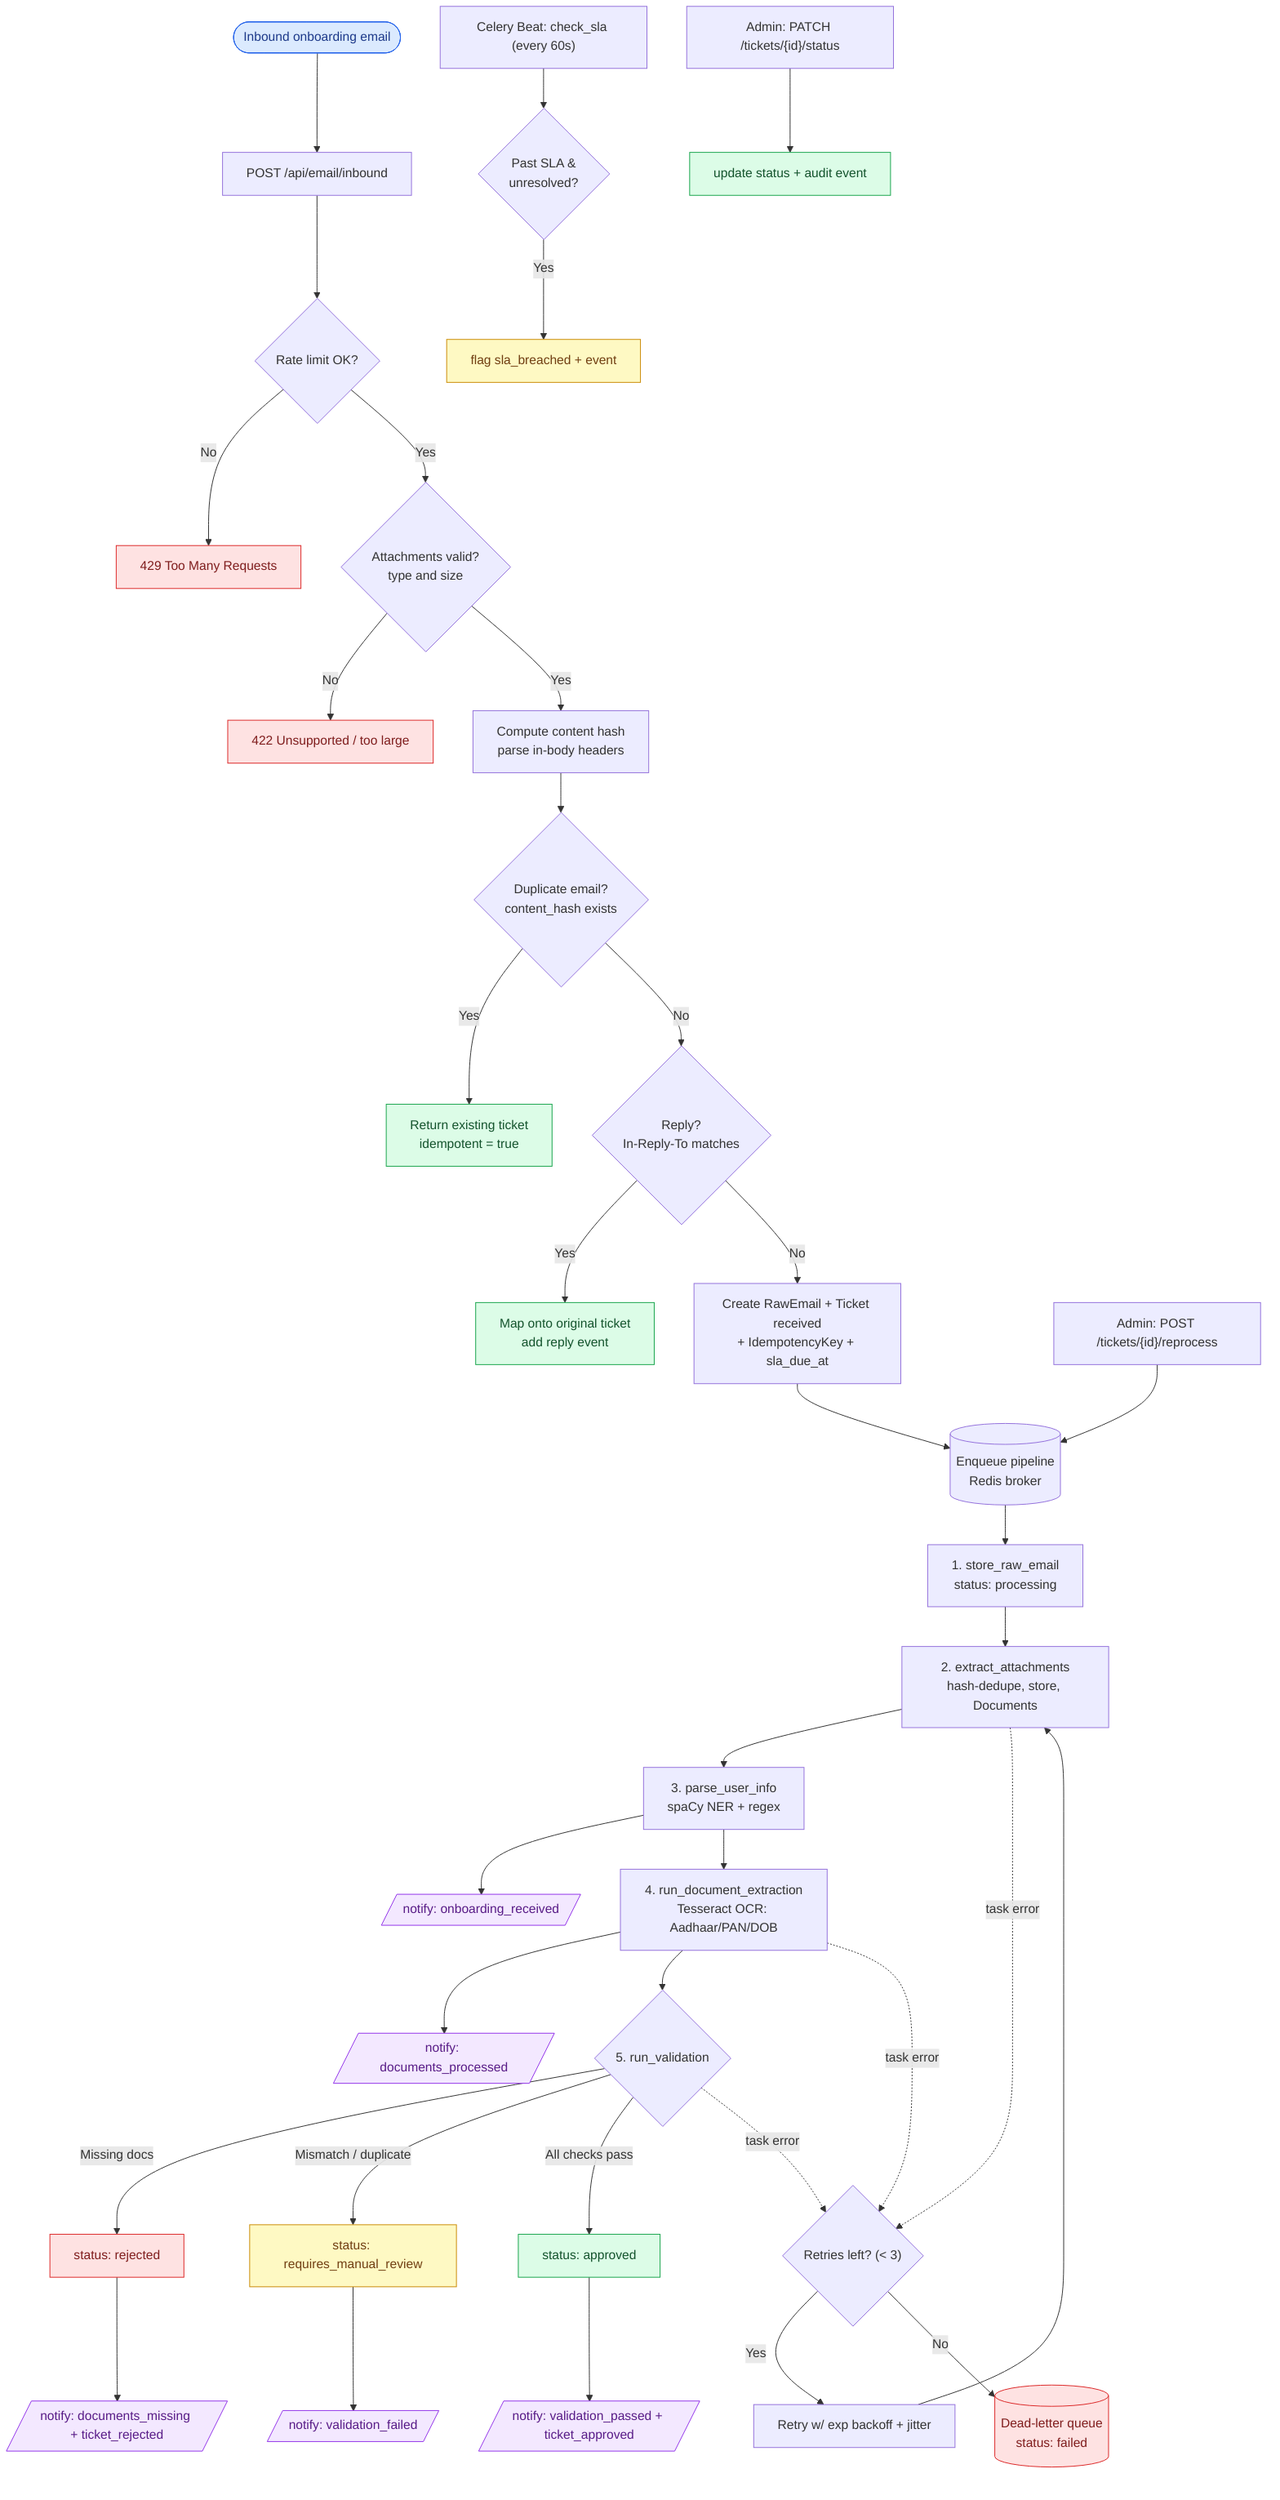
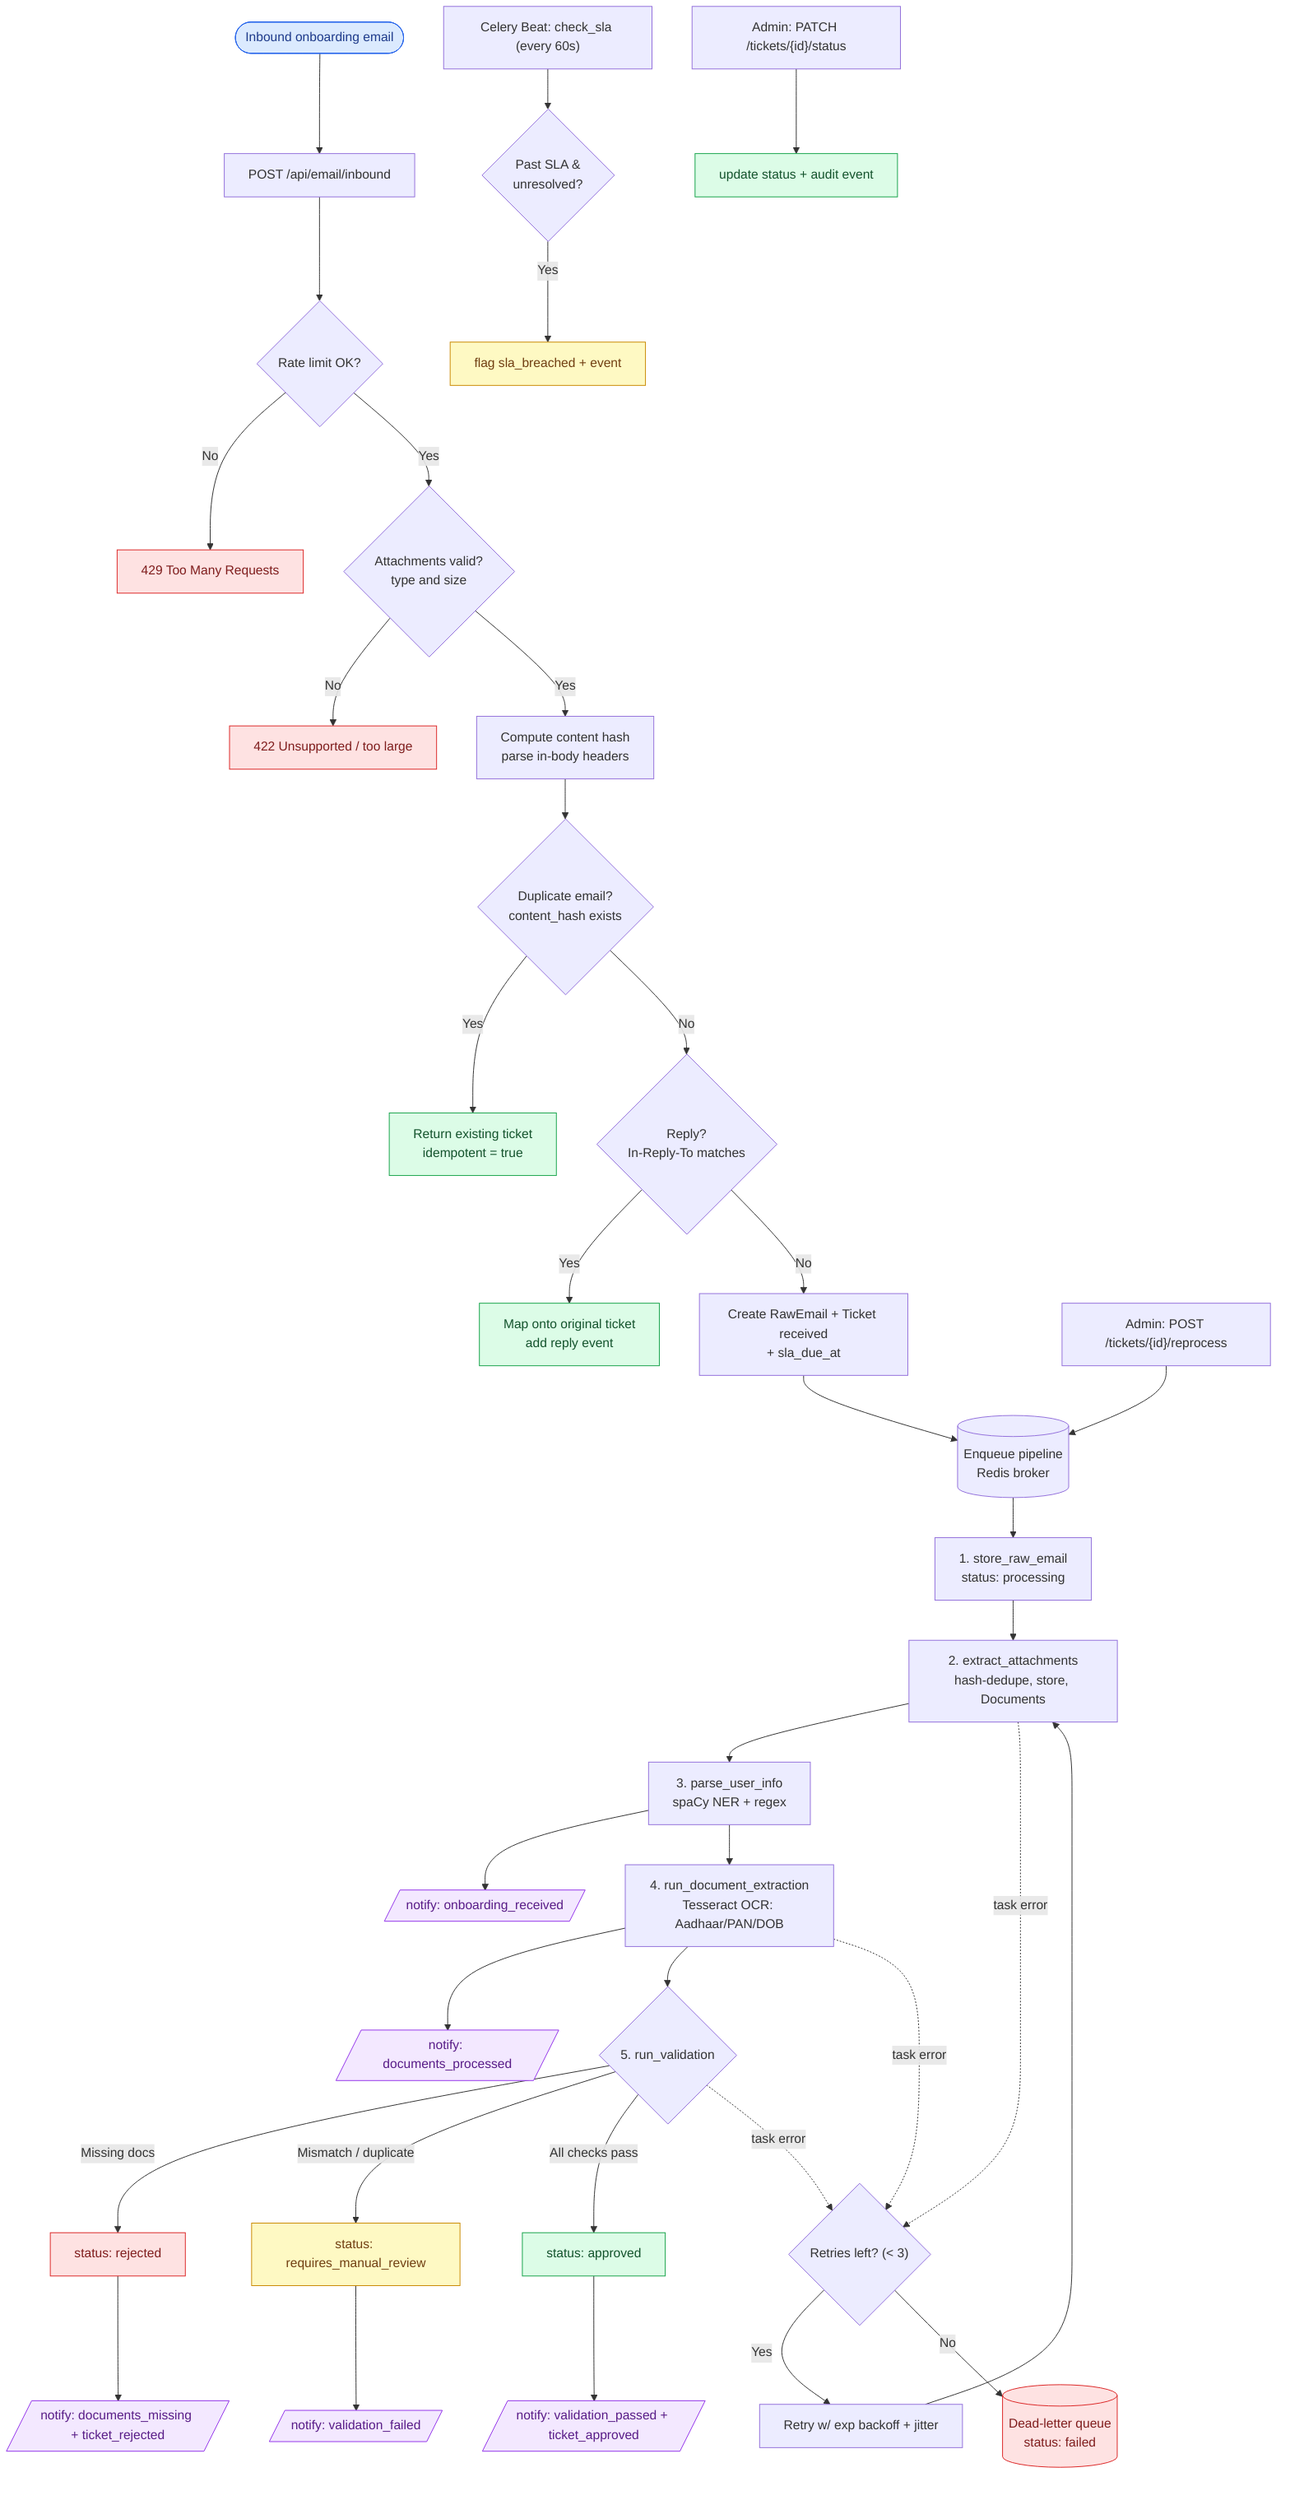
flowchart TD
    A([Inbound onboarding email]):::start --> B["POST /api/email/inbound"]
    B --> C{"Rate limit OK?"}
    C -->|No| C1["429 Too Many Requests"]:::err
    C -->|Yes| D{"Attachments valid?<br/>type and size"}
    D -->|No| D1["422 Unsupported / too large"]:::err
    D -->|Yes| E["Compute content hash<br/>parse in-body headers"]
    E --> F{"Duplicate email?<br/>content_hash exists"}
    F -->|Yes| F1["Return existing ticket<br/>idempotent = true"]:::done
    F -->|No| G{"Reply?<br/>In-Reply-To matches"}
    G -->|Yes| G1["Map onto original ticket<br/>add reply event"]:::done
-     G -->|No| H["Create RawEmail + Ticket received<br/>+ IdempotencyKey + sla_due_at"]
+     G -->|No| H["Create RawEmail + Ticket received<br/>+ sla_due_at"]
    H --> I[("Enqueue pipeline<br/>Redis broker")]

    I --> J["1. store_raw_email<br/>status: processing"]
    J --> K["2. extract_attachments<br/>hash-dedupe, store, Documents"]
    K --> L["3. parse_user_info<br/>spaCy NER + regex"]
    L --> M[/"notify: onboarding_received"/]:::notif
    L --> N["4. run_document_extraction<br/>Tesseract OCR: Aadhaar/PAN/DOB"]
    N --> O[/"notify: documents_processed"/]:::notif
    N --> P{"5. run_validation"}

    P -->|Missing docs| P1["status: rejected"]:::err
    P1 --> P1n[/"notify: documents_missing + ticket_rejected"/]:::notif
    P -->|Mismatch / duplicate| P2["status: requires_manual_review"]:::warn
    P2 --> P2n[/"notify: validation_failed"/]:::notif
    P -->|All checks pass| P3["status: approved"]:::done
    P3 --> P3n[/"notify: validation_passed + ticket_approved"/]:::notif

    K -.task error.-> R{"Retries left? (< 3)"}
    N -.task error.-> R
    P -.task error.-> R
    R -->|Yes| R1["Retry w/ exp backoff + jitter"] --> K
    R -->|No| R2[("Dead-letter queue<br/>status: failed")]:::err

    SLA["Celery Beat: check_sla (every 60s)"] --> SLA1{"Past SLA &<br/>unresolved?"}
    SLA1 -->|Yes| SLA2["flag sla_breached + event"]:::warn

    ADM1["Admin: POST /tickets/{id}/reprocess"] --> I
    ADM2["Admin: PATCH /tickets/{id}/status"] --> H2["update status + audit event"]:::done

    classDef start fill:#dbeafe,stroke:#2563eb,color:#1e3a8a
    classDef done fill:#dcfce7,stroke:#16a34a,color:#14532d
    classDef warn fill:#fef9c3,stroke:#ca8a04,color:#713f12
    classDef err fill:#fee2e2,stroke:#dc2626,color:#7f1d1d
    classDef notif fill:#f3e8ff,stroke:#9333ea,color:#581c87
